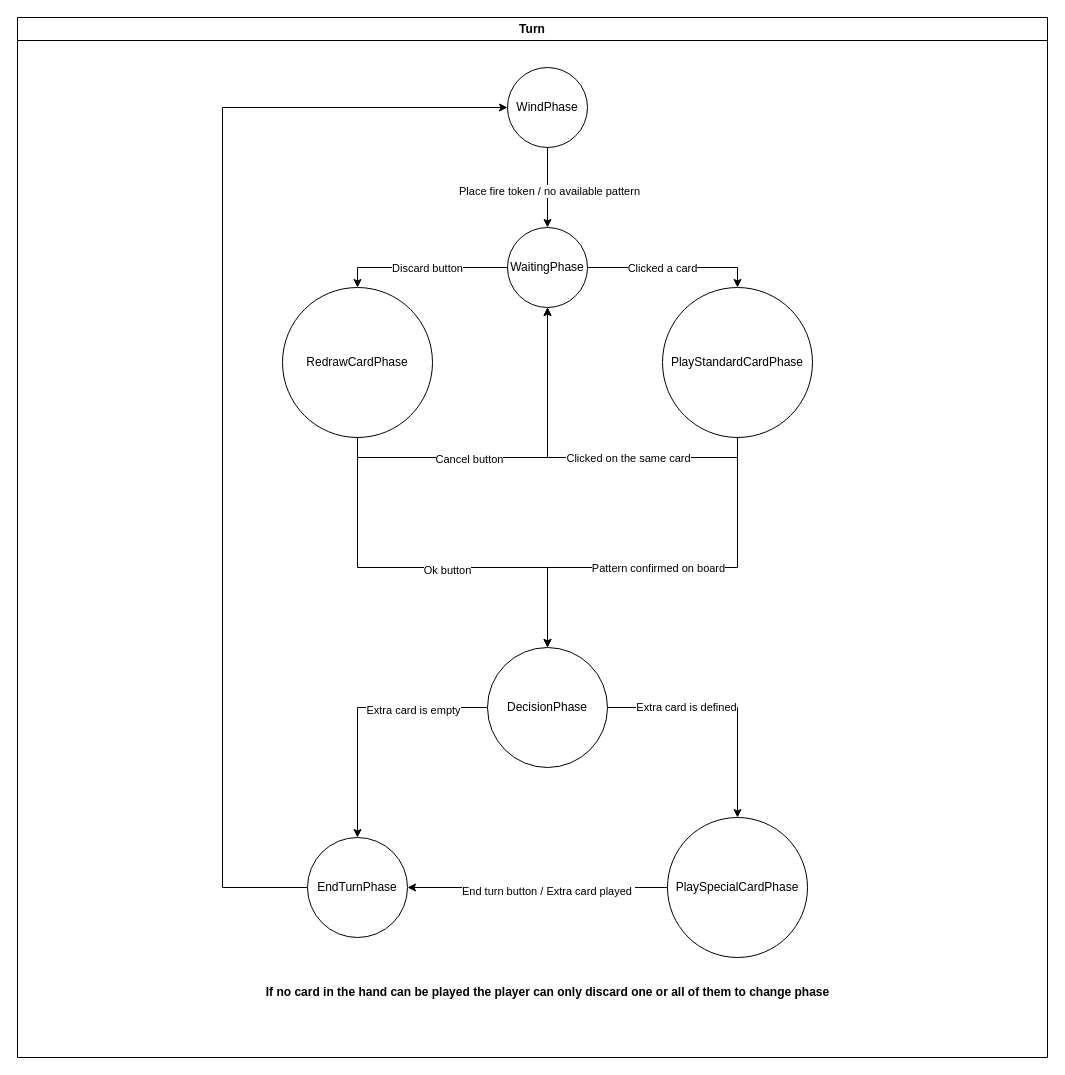
Above: src/main/asciidoc/assets/drawio/TurnStates.drawio in Fight-Fire-With-Scala/Scala-Fire-Tower (draw.io), before the change. Source tidied: cells renumbered, new cells numbered last; positions are measured from the earlier drawing's top-left corner, leaving out a move shared by most shapes. Both pictures are drawn from the tidied source at 100%, with x=0, y=0 at pixel (17, 17).
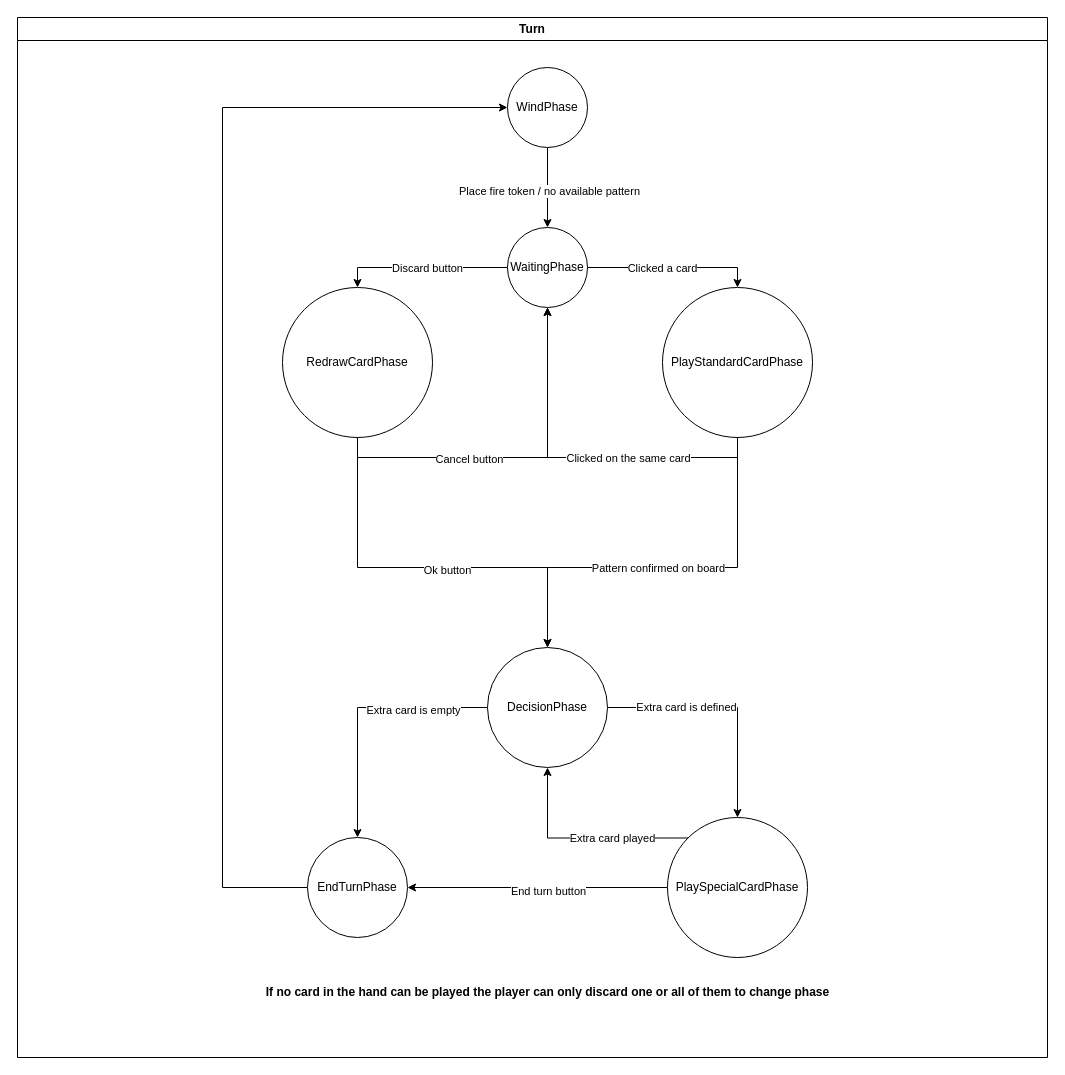
The same diagram, later.

Commit message:
docs: redefine the GamePhases transitions

Unchanged cells that the change refers to:
```xml
<mxCell id="2" value="Turn" style="swimlane;whiteSpace=wrap;html=1;" parent="1" vertex="1">
  <mxGeometry width="1030" height="1040" as="geometry" />
</mxCell>
<mxCell id="28" style="edgeStyle=orthogonalEdgeStyle;rounded=0;jettySize=auto;html=1;exitX=0;exitY=0.5;exitDx=0;exitDy=0;entryX=0.5;entryY=0;entryDx=0;entryDy=0;" parent="2" edge="1" source="30" target="23">
  <mxGeometry relative="1" as="geometry" />
</mxCell>
<mxCell id="30" value="PlaySpecialCardPhase" style="ellipse;whiteSpace=wrap;html=1;" parent="2" vertex="1">
  <mxGeometry x="650" y="800" width="140" height="140" as="geometry" />
</mxCell>
<mxCell id="31" value="DecisionPhase" style="ellipse;whiteSpace=wrap;html=1;" parent="2" vertex="1">
  <mxGeometry x="470" y="630" width="120" height="120" as="geometry" />
</mxCell>
```

What changed in the source:
```diff
@@
-    <mxCell id="29" value="End turn button / Extra card played&amp;nbsp;" style="edgeLabel;html=1;align=center;verticalAlign=middle;" parent="28" vertex="1">
+    <mxCell id="29" value="End turn button" style="edgeLabel;html=1;align=center;verticalAlign=middle;" parent="28" vertex="1">
       <mxGeometry x="-0.08" y="3" relative="1" as="geometry" />
     </mxCell>
+    <mxCell id="32" style="edgeStyle=orthogonalEdgeStyle;rounded=0;jettySize=auto;html=1;exitX=0;exitY=0;exitDx=0;exitDy=0;entryX=0.5;entryY=1;entryDx=0;entryDy=0;" parent="2" edge="1" source="30" target="31">
+      <mxGeometry relative="1" as="geometry" />
+    </mxCell>
+    <mxCell id="33" value="Extra card played" style="edgeLabel;html=1;align=center;verticalAlign=middle;" parent="32" vertex="1">
+      <mxGeometry x="-0.28" relative="1" as="geometry" />
+    </mxCell>
```
